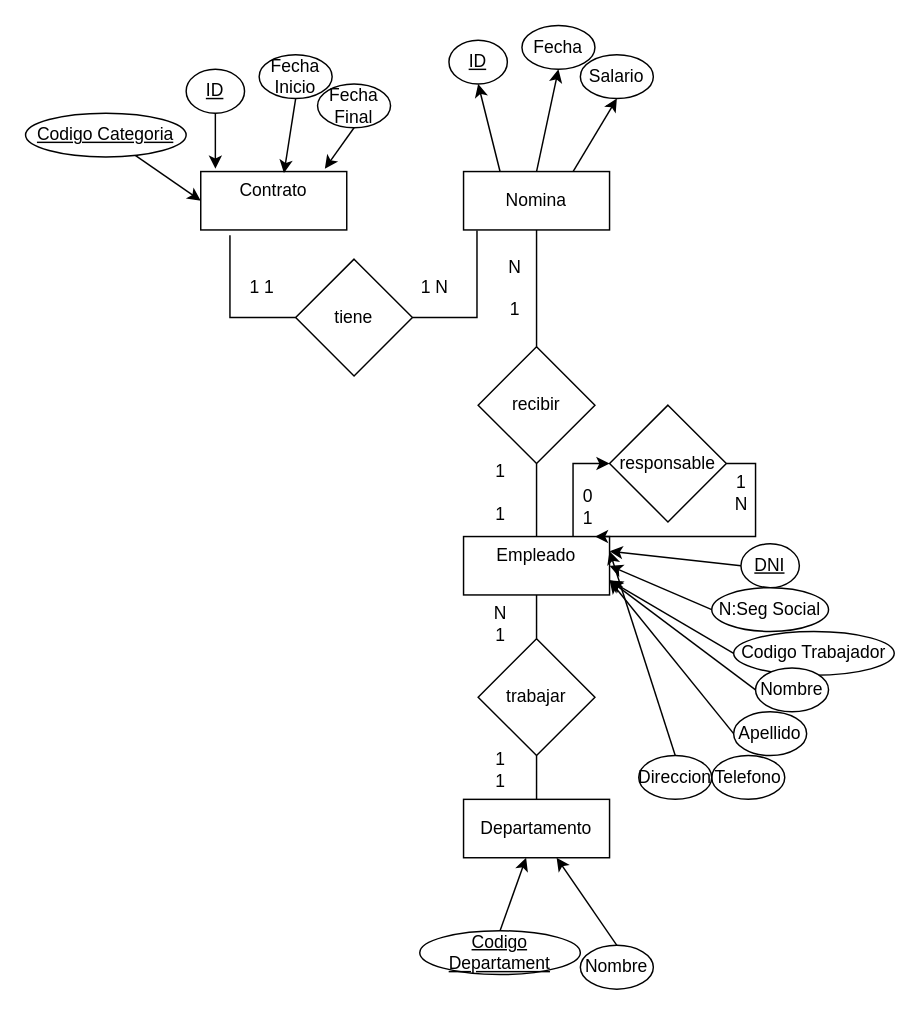
Earlier version of the draw.io diagram ej7.drawio (adriii28/amr-tsys-C3U12-11102023). Source tidied: cells renumbered, new cells numbered last; positions are measured from the earlier drawing's top-left corner, leaving out a move shared by most shapes. Both pictures are drawn from the tidied source at 146%, with x=0, y=0 at pixel (25, 25).
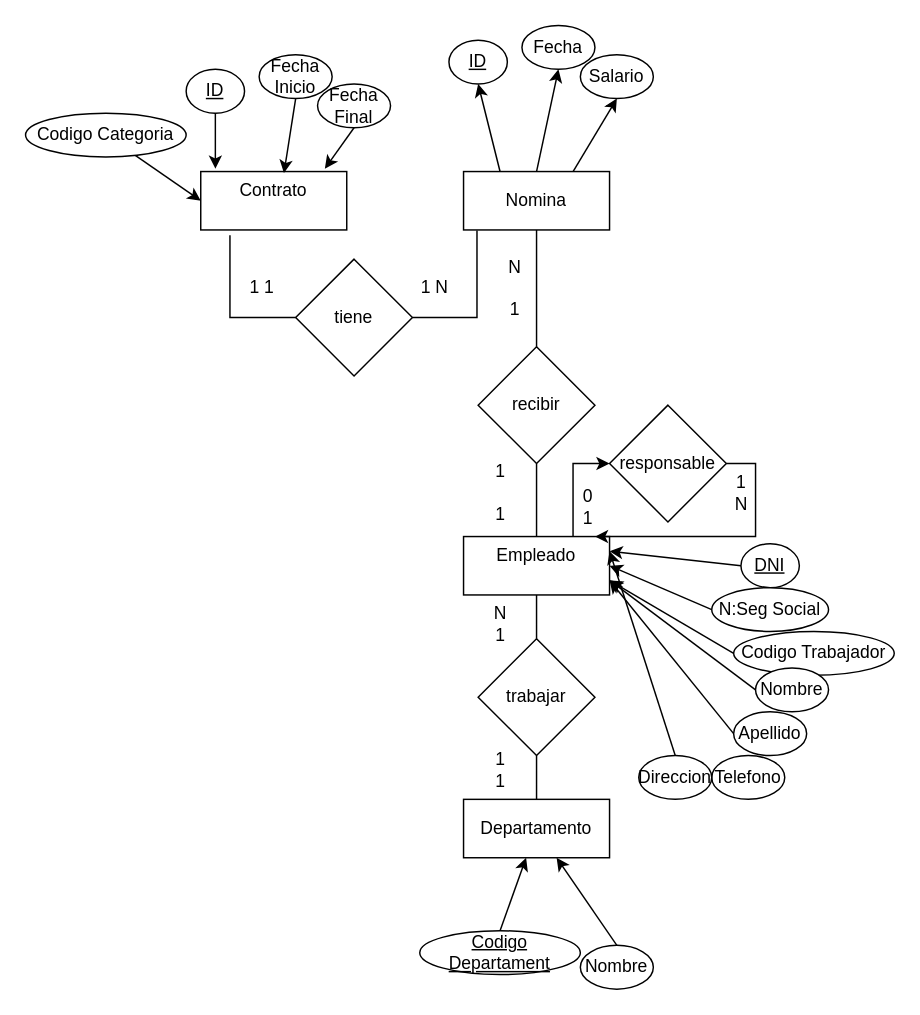
The same page after the edit.

The edit, as a diff of the source:
```diff
@@
-    <mxCell id="51" value="Codigo Categoria" style="ellipse;whiteSpace=wrap;html=1;fontStyle=4;" parent="1" vertex="1">
+    <mxCell id="51" value="Codigo Categoria" style="ellipse;whiteSpace=wrap;html=1;fontStyle=0;" parent="1" vertex="1">
       <mxGeometry y="60" width="110" height="30" as="geometry" />
     </mxCell>
```
